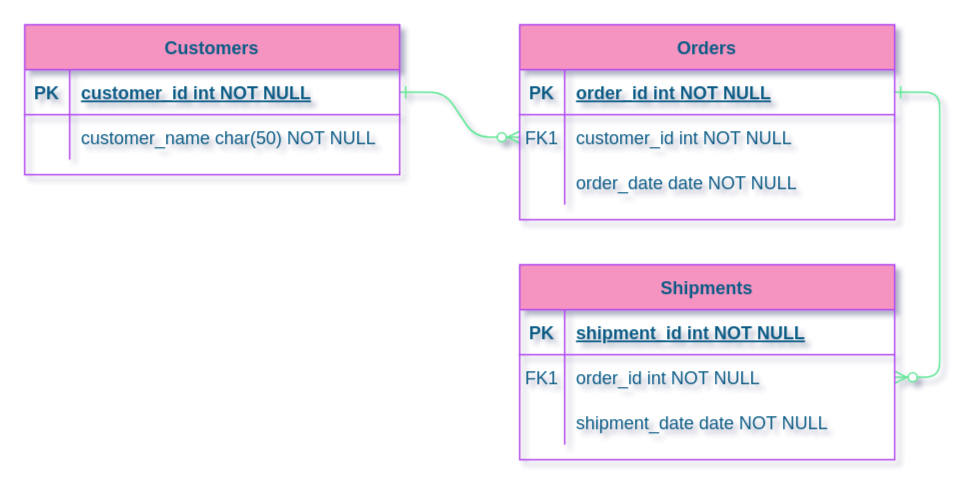
Before: HomeShare.drawio in lenahelena/TADS-BD1A1-Projeto_Home_Share, a draw.io diagram. Source tidied: cells renumbered, new cells numbered last; positions are measured from the earlier drawing's top-left corner, leaving out a move shared by most shapes. Both pictures are drawn from the tidied source at 150%, with x=0, y=0 at pixel (24, 24).
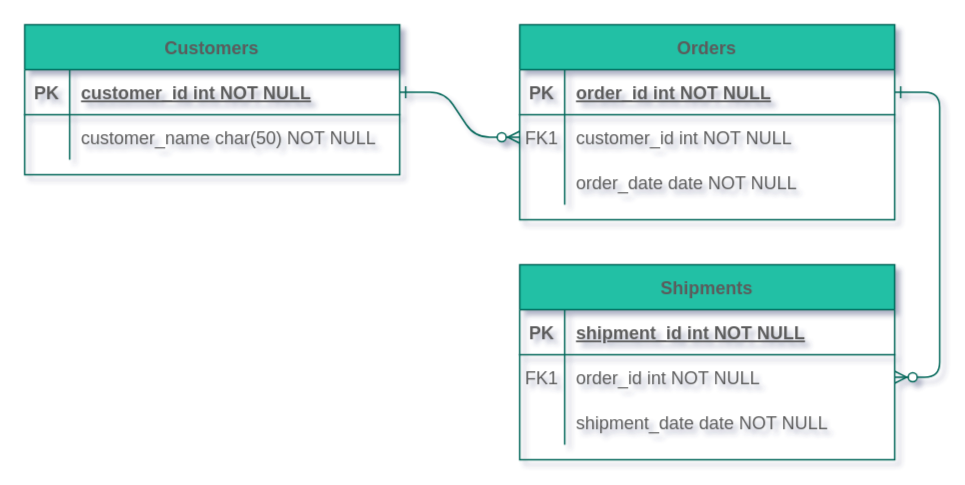
The same diagram, later.

Diff of the diagram source:
```diff
@@
-    <mxCell id="2" style="edgeStyle=entityRelationEdgeStyle;endArrow=ERzeroToMany;startArrow=ERone;endFill=1;startFill=0;strokeColor=#60E696;fontColor=#095C86;" parent="1" edge="1" source="25" target="8">
+    <mxCell id="2" style="edgeStyle=entityRelationEdgeStyle;endArrow=ERzeroToMany;startArrow=ERone;endFill=1;startFill=0;strokeColor=#006658;fontColor=#5C5C5C;" parent="1" edge="1" source="25" target="8">
       <mxGeometry relative="1" as="geometry" />
     </mxCell>
-    <mxCell id="3" style="edgeStyle=entityRelationEdgeStyle;endArrow=ERzeroToMany;startArrow=ERone;endFill=1;startFill=0;strokeColor=#60E696;fontColor=#095C86;" parent="1" edge="1" source="5" target="18">
+    <mxCell id="3" style="edgeStyle=entityRelationEdgeStyle;endArrow=ERzeroToMany;startArrow=ERone;endFill=1;startFill=0;strokeColor=#006658;fontColor=#5C5C5C;" parent="1" edge="1" source="5" target="18">
       <mxGeometry relative="1" as="geometry" />
     </mxCell>
-    <mxCell id="4" value="Orders" style="shape=table;startSize=30;childLayout=tableLayout;rowLines=0;fontStyle=1;align=center;fillColor=#F694C1;strokeColor=#AF45ED;fontColor=#095C86;" parent="1" vertex="1">
+    <mxCell id="4" value="Orders" style="shape=table;startSize=30;childLayout=tableLayout;rowLines=0;fontStyle=1;align=center;fillColor=#21C0A5;strokeColor=#006658;fontColor=#5C5C5C;" parent="1" vertex="1">
       <mxGeometry x="330" width="250" height="130" as="geometry" />
     </mxCell>
-    <mxCell id="5" style="shape=partialRectangle;fillColor=none;points=[[0,0.5],[1,0.5]];portConstraint=eastwest;top=0;left=0;right=0;bottom=1;strokeColor=#AF45ED;fontColor=#095C86;" parent="4" vertex="1">
+    <mxCell id="5" style="shape=partialRectangle;fillColor=none;points=[[0,0.5],[1,0.5]];portConstraint=eastwest;top=0;left=0;right=0;bottom=1;strokeColor=#006658;fontColor=#5C5C5C;" parent="4" vertex="1">
       <mxGeometry y="30" width="250" height="30" as="geometry" />
     </mxCell>
-    <mxCell id="6" value="PK" style="shape=partialRectangle;overflow=hidden;fillColor=none;top=0;left=0;bottom=0;right=0;fontStyle=1;strokeColor=#AF45ED;fontColor=#095C86;" parent="5" vertex="1">
+    <mxCell id="6" value="PK" style="shape=partialRectangle;overflow=hidden;fillColor=none;top=0;left=0;bottom=0;right=0;fontStyle=1;strokeColor=#006658;fontColor=#5C5C5C;" parent="5" vertex="1">
       <mxGeometry width="30" height="30" as="geometry" />
     </mxCell>
-    <mxCell id="7" value="order_id int NOT NULL " style="shape=partialRectangle;overflow=hidden;fillColor=none;top=0;left=0;bottom=0;right=0;align=left;spacingLeft=6;fontStyle=5;strokeColor=#AF45ED;fontColor=#095C86;" parent="5" vertex="1">
+    <mxCell id="7" value="order_id int NOT NULL " style="shape=partialRectangle;overflow=hidden;fillColor=none;top=0;left=0;bottom=0;right=0;align=left;spacingLeft=6;fontStyle=5;strokeColor=#006658;fontColor=#5C5C5C;" parent="5" vertex="1">
       <mxGeometry x="30" width="220" height="30" as="geometry" />
     </mxCell>
-    <mxCell id="8" style="shape=partialRectangle;fillColor=none;points=[[0,0.5],[1,0.5]];portConstraint=eastwest;top=0;left=0;right=0;bottom=0;strokeColor=#AF45ED;fontColor=#095C86;" parent="4" vertex="1">
+    <mxCell id="8" style="shape=partialRectangle;fillColor=none;points=[[0,0.5],[1,0.5]];portConstraint=eastwest;top=0;left=0;right=0;bottom=0;strokeColor=#006658;fontColor=#5C5C5C;" parent="4" vertex="1">
       <mxGeometry y="60" width="250" height="30" as="geometry" />
     </mxCell>
-    <mxCell id="9" value="FK1" style="shape=partialRectangle;overflow=hidden;fillColor=none;top=0;left=0;bottom=0;right=0;strokeColor=#AF45ED;fontColor=#095C86;" parent="8" vertex="1">
+    <mxCell id="9" value="FK1" style="shape=partialRectangle;overflow=hidden;fillColor=none;top=0;left=0;bottom=0;right=0;strokeColor=#006658;fontColor=#5C5C5C;" parent="8" vertex="1">
       <mxGeometry width="30" height="30" as="geometry" />
     </mxCell>
-    <mxCell id="10" value="customer_id int NOT NULL" style="shape=partialRectangle;overflow=hidden;fillColor=none;top=0;left=0;bottom=0;right=0;align=left;spacingLeft=6;strokeColor=#AF45ED;fontColor=#095C86;" parent="8" vertex="1">
+    <mxCell id="10" value="customer_id int NOT NULL" style="shape=partialRectangle;overflow=hidden;fillColor=none;top=0;left=0;bottom=0;right=0;align=left;spacingLeft=6;strokeColor=#006658;fontColor=#5C5C5C;" parent="8" vertex="1">
       <mxGeometry x="30" width="220" height="30" as="geometry" />
     </mxCell>
-    <mxCell id="11" style="shape=partialRectangle;fillColor=none;top=0;left=0;right=0;bottom=0;strokeColor=#AF45ED;fontColor=#095C86;" parent="4" vertex="1">
+    <mxCell id="11" style="shape=partialRectangle;fillColor=none;top=0;left=0;right=0;bottom=0;strokeColor=#006658;fontColor=#5C5C5C;" parent="4" vertex="1">
       <mxGeometry y="90" width="250" height="30" as="geometry" />
     </mxCell>
-    <mxCell id="12" style="shape=partialRectangle;overflow=hidden;fillColor=none;top=0;left=0;bottom=0;right=0;strokeColor=#AF45ED;fontColor=#095C86;" parent="11" vertex="1">
+    <mxCell id="12" style="shape=partialRectangle;overflow=hidden;fillColor=none;top=0;left=0;bottom=0;right=0;strokeColor=#006658;fontColor=#5C5C5C;" parent="11" vertex="1">
       <mxGeometry width="30" height="30" as="geometry" />
     </mxCell>
-    <mxCell id="13" value="order_date date NOT NULL" style="shape=partialRectangle;overflow=hidden;fillColor=none;top=0;left=0;bottom=0;right=0;align=left;spacingLeft=6;strokeColor=#AF45ED;fontColor=#095C86;" parent="11" vertex="1">
+    <mxCell id="13" value="order_date date NOT NULL" style="shape=partialRectangle;overflow=hidden;fillColor=none;top=0;left=0;bottom=0;right=0;align=left;spacingLeft=6;strokeColor=#006658;fontColor=#5C5C5C;" parent="11" vertex="1">
       <mxGeometry x="30" width="220" height="30" as="geometry" />
     </mxCell>
-    <mxCell id="14" value="Shipments" style="shape=table;startSize=30;childLayout=tableLayout;rowLines=0;fontStyle=1;align=center;fillColor=#F694C1;strokeColor=#AF45ED;fontColor=#095C86;" parent="1" vertex="1">
+    <mxCell id="14" value="Shipments" style="shape=table;startSize=30;childLayout=tableLayout;rowLines=0;fontStyle=1;align=center;fillColor=#21C0A5;strokeColor=#006658;fontColor=#5C5C5C;" parent="1" vertex="1">
       <mxGeometry x="330" y="160" width="250" height="130" as="geometry" />
     </mxCell>
-    <mxCell id="15" style="shape=partialRectangle;fillColor=none;top=0;left=0;right=0;bottom=1;strokeColor=#AF45ED;fontColor=#095C86;" parent="14" vertex="1">
+    <mxCell id="15" style="shape=partialRectangle;fillColor=none;top=0;left=0;right=0;bottom=1;strokeColor=#006658;fontColor=#5C5C5C;" parent="14" vertex="1">
       <mxGeometry y="30" width="250" height="30" as="geometry" />
     </mxCell>
-    <mxCell id="16" value="PK" style="shape=partialRectangle;overflow=hidden;fillColor=none;top=0;left=0;bottom=0;right=0;fontStyle=1;strokeColor=#AF45ED;fontColor=#095C86;" parent="15" vertex="1">
+    <mxCell id="16" value="PK" style="shape=partialRectangle;overflow=hidden;fillColor=none;top=0;left=0;bottom=0;right=0;fontStyle=1;strokeColor=#006658;fontColor=#5C5C5C;" parent="15" vertex="1">
       <mxGeometry width="30" height="30" as="geometry" />
     </mxCell>
-    <mxCell id="17" value="shipment_id int NOT NULL " style="shape=partialRectangle;overflow=hidden;fillColor=none;top=0;left=0;bottom=0;right=0;align=left;spacingLeft=6;fontStyle=5;strokeColor=#AF45ED;fontColor=#095C86;" parent="15" vertex="1">
+    <mxCell id="17" value="shipment_id int NOT NULL " style="shape=partialRectangle;overflow=hidden;fillColor=none;top=0;left=0;bottom=0;right=0;align=left;spacingLeft=6;fontStyle=5;strokeColor=#006658;fontColor=#5C5C5C;" parent="15" vertex="1">
       <mxGeometry x="30" width="220" height="30" as="geometry" />
     </mxCell>
-    <mxCell id="18" style="shape=partialRectangle;fillColor=none;points=[[0,0.5],[1,0.5]];portConstraint=eastwest;top=0;left=0;right=0;bottom=0;strokeColor=#AF45ED;fontColor=#095C86;" parent="14" vertex="1">
+    <mxCell id="18" style="shape=partialRectangle;fillColor=none;points=[[0,0.5],[1,0.5]];portConstraint=eastwest;top=0;left=0;right=0;bottom=0;strokeColor=#006658;fontColor=#5C5C5C;" parent="14" vertex="1">
       <mxGeometry y="60" width="250" height="30" as="geometry" />
     </mxCell>
-    <mxCell id="19" value="FK1" style="shape=partialRectangle;overflow=hidden;fillColor=none;top=0;left=0;bottom=0;right=0;strokeColor=#AF45ED;fontColor=#095C86;" parent="18" vertex="1">
+    <mxCell id="19" value="FK1" style="shape=partialRectangle;overflow=hidden;fillColor=none;top=0;left=0;bottom=0;right=0;strokeColor=#006658;fontColor=#5C5C5C;" parent="18" vertex="1">
       <mxGeometry width="30" height="30" as="geometry" />
     </mxCell>
-    <mxCell id="20" value="order_id int NOT NULL" style="shape=partialRectangle;overflow=hidden;fillColor=none;top=0;left=0;bottom=0;right=0;align=left;spacingLeft=6;strokeColor=#AF45ED;fontColor=#095C86;" parent="18" vertex="1">
+    <mxCell id="20" value="order_id int NOT NULL" style="shape=partialRectangle;overflow=hidden;fillColor=none;top=0;left=0;bottom=0;right=0;align=left;spacingLeft=6;strokeColor=#006658;fontColor=#5C5C5C;" parent="18" vertex="1">
       <mxGeometry x="30" width="220" height="30" as="geometry" />
     </mxCell>
-    <mxCell id="21" style="shape=partialRectangle;fillColor=none;top=0;left=0;right=0;bottom=0;strokeColor=#AF45ED;fontColor=#095C86;" parent="14" vertex="1">
+    <mxCell id="21" style="shape=partialRectangle;fillColor=none;top=0;left=0;right=0;bottom=0;strokeColor=#006658;fontColor=#5C5C5C;" parent="14" vertex="1">
       <mxGeometry y="90" width="250" height="30" as="geometry" />
     </mxCell>
-    <mxCell id="22" style="shape=partialRectangle;overflow=hidden;fillColor=none;top=0;left=0;bottom=0;right=0;strokeColor=#AF45ED;fontColor=#095C86;" parent="21" vertex="1">
+    <mxCell id="22" style="shape=partialRectangle;overflow=hidden;fillColor=none;top=0;left=0;bottom=0;right=0;strokeColor=#006658;fontColor=#5C5C5C;" parent="21" vertex="1">
       <mxGeometry width="30" height="30" as="geometry" />
     </mxCell>
-    <mxCell id="23" value="shipment_date date NOT NULL" style="shape=partialRectangle;overflow=hidden;fillColor=none;top=0;left=0;bottom=0;right=0;align=left;spacingLeft=6;strokeColor=#AF45ED;fontColor=#095C86;" parent="21" vertex="1">
+    <mxCell id="23" value="shipment_date date NOT NULL" style="shape=partialRectangle;overflow=hidden;fillColor=none;top=0;left=0;bottom=0;right=0;align=left;spacingLeft=6;strokeColor=#006658;fontColor=#5C5C5C;" parent="21" vertex="1">
       <mxGeometry x="30" width="220" height="30" as="geometry" />
     </mxCell>
-    <mxCell id="24" value="Customers" style="shape=table;startSize=30;childLayout=tableLayout;rowLines=0;fontStyle=1;align=center;fillColor=#F694C1;strokeColor=#AF45ED;fontColor=#095C86;" parent="1" vertex="1">
+    <mxCell id="24" value="Customers" style="shape=table;startSize=30;childLayout=tableLayout;rowLines=0;fontStyle=1;align=center;fillColor=#21C0A5;strokeColor=#006658;fontColor=#5C5C5C;" parent="1" vertex="1">
       <mxGeometry width="250" height="100" as="geometry" />
     </mxCell>
-    <mxCell id="25" style="shape=partialRectangle;fillColor=none;points=[[0,0.5],[1,0.5]];portConstraint=eastwest;top=0;left=0;right=0;bottom=1;strokeColor=#AF45ED;fontColor=#095C86;" parent="24" vertex="1">
+    <mxCell id="25" style="shape=partialRectangle;fillColor=none;points=[[0,0.5],[1,0.5]];portConstraint=eastwest;top=0;left=0;right=0;bottom=1;strokeColor=#006658;fontColor=#5C5C5C;" parent="24" vertex="1">
       <mxGeometry y="30" width="250" height="30" as="geometry" />
     </mxCell>
-    <mxCell id="26" value="PK" style="shape=partialRectangle;overflow=hidden;fillColor=none;top=0;left=0;bottom=0;right=0;fontStyle=1;strokeColor=#AF45ED;fontColor=#095C86;" parent="25" vertex="1">
+    <mxCell id="26" value="PK" style="shape=partialRectangle;overflow=hidden;fillColor=none;top=0;left=0;bottom=0;right=0;fontStyle=1;strokeColor=#006658;fontColor=#5C5C5C;" parent="25" vertex="1">
       <mxGeometry width="30" height="30" as="geometry" />
     </mxCell>
-    <mxCell id="27" value="customer_id int NOT NULL " style="shape=partialRectangle;overflow=hidden;fillColor=none;top=0;left=0;bottom=0;right=0;align=left;spacingLeft=6;fontStyle=5;strokeColor=#AF45ED;fontColor=#095C86;" parent="25" vertex="1">
+    <mxCell id="27" value="customer_id int NOT NULL " style="shape=partialRectangle;overflow=hidden;fillColor=none;top=0;left=0;bottom=0;right=0;align=left;spacingLeft=6;fontStyle=5;strokeColor=#006658;fontColor=#5C5C5C;" parent="25" vertex="1">
       <mxGeometry x="30" width="220" height="30" as="geometry" />
     </mxCell>
-    <mxCell id="28" style="shape=partialRectangle;fillColor=none;top=0;left=0;right=0;bottom=0;strokeColor=#AF45ED;fontColor=#095C86;" parent="24" vertex="1">
+    <mxCell id="28" style="shape=partialRectangle;fillColor=none;top=0;left=0;right=0;bottom=0;strokeColor=#006658;fontColor=#5C5C5C;" parent="24" vertex="1">
       <mxGeometry y="60" width="250" height="30" as="geometry" />
     </mxCell>
-    <mxCell id="29" style="shape=partialRectangle;overflow=hidden;fillColor=none;top=0;left=0;bottom=0;right=0;strokeColor=#AF45ED;fontColor=#095C86;" parent="28" vertex="1">
+    <mxCell id="29" style="shape=partialRectangle;overflow=hidden;fillColor=none;top=0;left=0;bottom=0;right=0;strokeColor=#006658;fontColor=#5C5C5C;" parent="28" vertex="1">
       <mxGeometry width="30" height="30" as="geometry" />
     </mxCell>
-    <mxCell id="30" value="customer_name char(50) NOT NULL" style="shape=partialRectangle;overflow=hidden;fillColor=none;top=0;left=0;bottom=0;right=0;align=left;spacingLeft=6;strokeColor=#AF45ED;fontColor=#095C86;" parent="28" vertex="1">
+    <mxCell id="30" value="customer_name char(50) NOT NULL" style="shape=partialRectangle;overflow=hidden;fillColor=none;top=0;left=0;bottom=0;right=0;align=left;spacingLeft=6;strokeColor=#006658;fontColor=#5C5C5C;" parent="28" vertex="1">
       <mxGeometry x="30" width="220" height="30" as="geometry" />
     </mxCell>
```
